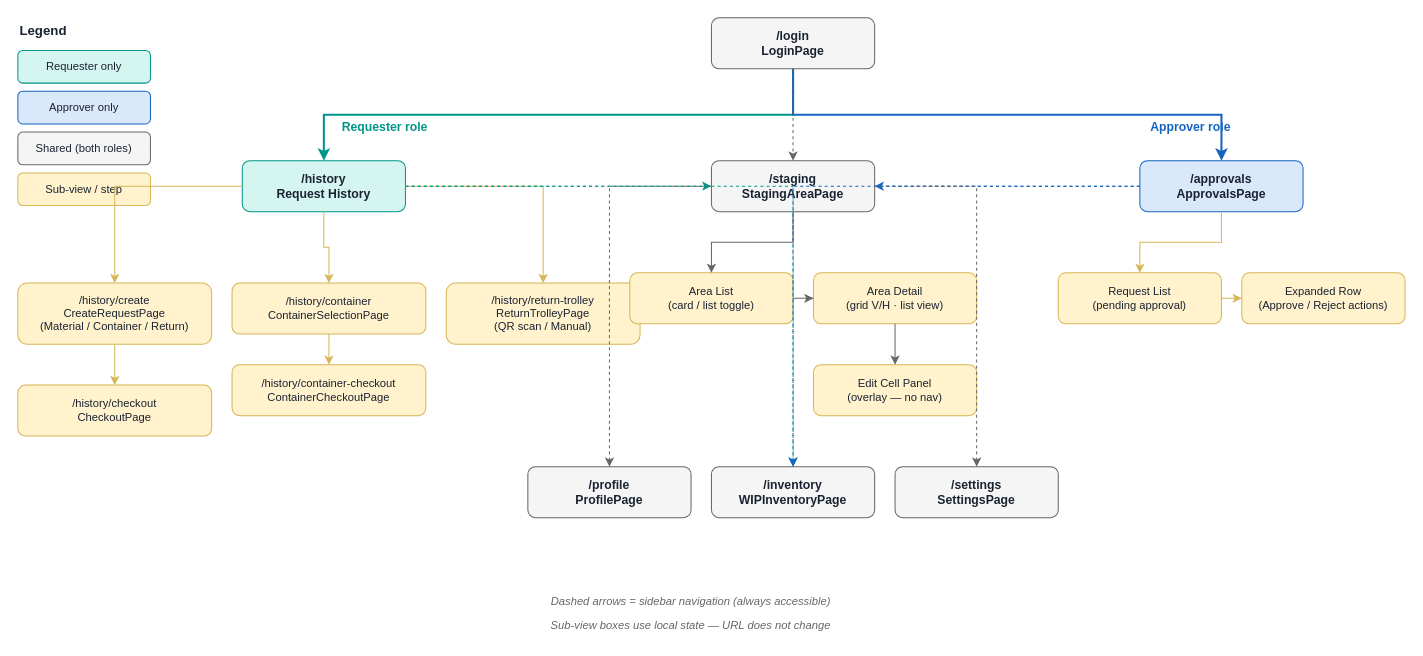
akankshyapradhan22/atiflow keeps this draw.io diagram as docs/atiflow-ia.drawio. Above is the earlier version. Source tidied: cells renumbered, new cells numbered last; positions are measured from the earlier drawing's top-left corner, leaving out a move shared by most shapes. Both pictures are drawn from the tidied source at 102%, with x=0, y=0 at pixel (17, 17).
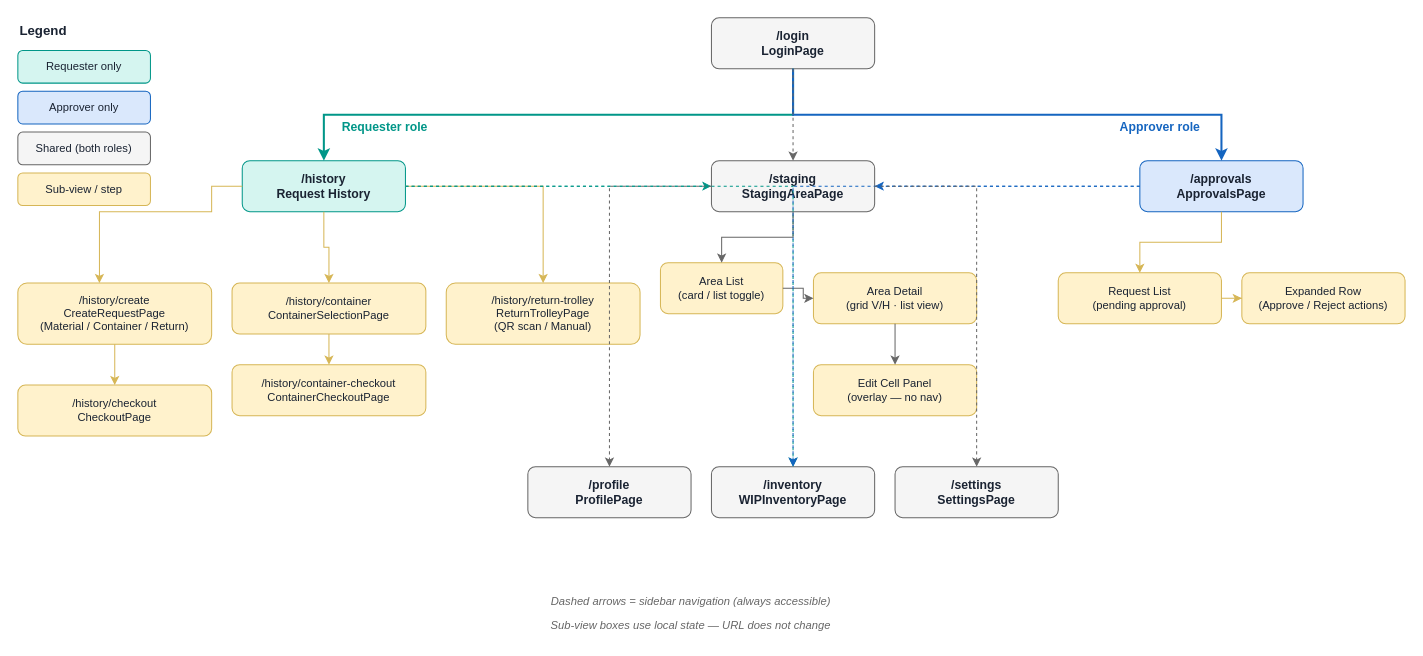
The same page after the edit.

The change refers to these unchanged cells:
```xml
<mxCell id="10" value="/history&#10;Request History" style="rounded=1;whiteSpace=wrap;html=1;fillColor=#d5f5f0;strokeColor=#009688;fontColor=#1A2332;fontSize=12;fontStyle=1;" parent="1" vertex="1">
  <mxGeometry x="220" y="140" width="160" height="50" as="geometry" />
</mxCell>
<mxCell id="11" value="/history/create&#10;CreateRequestPage&#10;(Material / Container / Return)" style="rounded=1;whiteSpace=wrap;html=1;fillColor=#fff2cc;strokeColor=#d6b656;fontColor=#1A2332;fontSize=11;" parent="1" vertex="1">
  <mxGeometry y="260" width="190" height="60" as="geometry" />
</mxCell>
```

What changed in the source:
```diff
@@
     <mxCell id="9" value="Approver role" style="text;html=1;strokeColor=none;fillColor=none;align=center;verticalAlign=middle;whiteSpace=wrap;rounded=0;fontSize=12;fontStyle=1;fontColor=#1565C0;" parent="1" vertex="1">
-      <mxGeometry x="1070" y="95" width="160" height="24" as="geometry" />
+      <mxGeometry x="1070" y="95" width="100" height="24" as="geometry" />
     </mxCell>
@@
     <mxCell id="17" value="Area List&#10;(card / list toggle)" style="rounded=1;whiteSpace=wrap;html=1;fillColor=#fff2cc;strokeColor=#d6b656;fontColor=#1A2332;fontSize=11;" parent="1" vertex="1">
-      <mxGeometry x="600" y="250" width="160" height="50" as="geometry" />
+      <mxGeometry x="630" y="240" width="120" height="50" as="geometry" />
     </mxCell>
@@
-    <mxCell id="29" style="edgeStyle=orthogonalEdgeStyle;rounded=0;jettySize=auto;strokeColor=#d6b656;strokeWidth=1;" parent="1" edge="1" source="10" target="11">
-      <mxGeometry relative="1" as="geometry" />
+    <mxCell id="29" style="edgeStyle=orthogonalEdgeStyle;rounded=0;jettySize=auto;strokeColor=#d6b656;strokeWidth=1;exitX=0;exitY=0.5;exitDx=0;exitDy=0;" parent="1" edge="1" source="10" target="11">
+      <mxGeometry relative="1" as="geometry">
+        <Array as="points">
+          <mxPoint x="190" y="165" />
+          <mxPoint x="190" y="190" />
+          <mxPoint x="80" y="190" />
+        </Array>
+      </mxGeometry>
     </mxCell>
```
